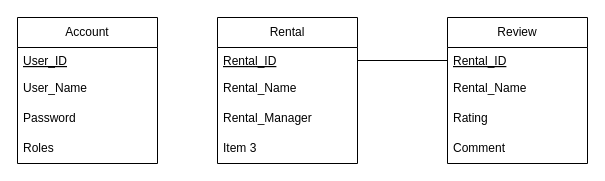
The draw.io diagram Database/Database_Diagram.drawio in Demon720AA/PROJECT_Web_Pro, before the edit. Source tidied: cells renumbered, new cells numbered last; positions are measured from the earlier drawing's top-left corner, leaving out a move shared by most shapes. Both pictures are drawn from the tidied source at 100%, with x=0, y=0 at pixel (17, 17).
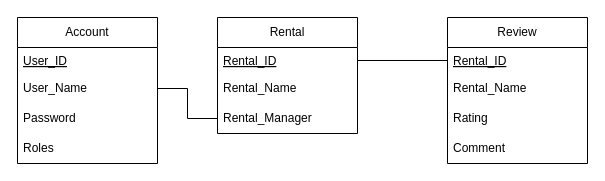
The same diagram, later.

What changed in the source:
```diff
@@
 <mxGraphModel>
   <root>
     <mxCell id="0" />
     <mxCell id="1" parent="0" />
     <mxCell id="2" value="Account" style="swimlane;fontStyle=0;horizontal=1;startSize=30;whiteSpace=wrap;html=1;" parent="1" vertex="1">
       <mxGeometry width="140" height="146" as="geometry" />
     </mxCell>
     <mxCell id="3" value="User_ID" style="text;align=left;verticalAlign=top;spacingLeft=4;spacingRight=4;overflow=hidden;rounded=0;shadow=0;html=0;fontStyle=4;" parent="2" vertex="1">
       <mxGeometry y="30" width="140" height="26" as="geometry" />
     </mxCell>
     <mxCell id="4" value="User_Name" style="text;strokeColor=none;fillColor=none;align=left;verticalAlign=middle;spacingLeft=4;spacingRight=4;overflow=hidden;points=[[0,0.5],[1,0.5]];portConstraint=eastwest;whiteSpace=wrap;html=1;" parent="2" vertex="1">
       <mxGeometry y="56" width="140" height="30" as="geometry" />
     </mxCell>
     <mxCell id="5" value="Password" style="text;strokeColor=none;fillColor=none;align=left;verticalAlign=middle;spacingLeft=4;spacingRight=4;overflow=hidden;whiteSpace=wrap;html=1;" parent="2" vertex="1">
       <mxGeometry y="86" width="140" height="30" as="geometry" />
     </mxCell>
     <mxCell id="6" value="Roles" style="text;strokeColor=none;fillColor=none;align=left;verticalAlign=middle;spacingLeft=4;spacingRight=4;overflow=hidden;whiteSpace=wrap;html=1;" parent="2" vertex="1">
       <mxGeometry y="116" width="140" height="30" as="geometry" />
     </mxCell>
     <mxCell id="7" value="Rental" style="swimlane;fontStyle=0;horizontal=1;startSize=30;whiteSpace=wrap;html=1;" parent="1" vertex="1">
-      <mxGeometry x="200" width="140" height="146" as="geometry" />
+      <mxGeometry x="200" width="140" height="116" as="geometry" />
     </mxCell>
     <mxCell id="8" value="Rental_ID" style="text;align=left;verticalAlign=top;spacingLeft=4;spacingRight=4;overflow=hidden;points=[[0,0.5],[1,0.5]];portConstraint=eastwest;rounded=0;shadow=0;html=0;fontStyle=4;" parent="7" vertex="1">
       <mxGeometry y="30" width="140" height="26" as="geometry" />
     </mxCell>
     <mxCell id="9" value="Rental_Name" style="text;strokeColor=none;fillColor=none;align=left;verticalAlign=middle;spacingLeft=4;spacingRight=4;overflow=hidden;whiteSpace=wrap;html=1;" parent="7" vertex="1">
       <mxGeometry y="56" width="140" height="30" as="geometry" />
     </mxCell>
     <mxCell id="10" value="Rental_Manager" style="text;strokeColor=none;fillColor=none;align=left;verticalAlign=middle;spacingLeft=4;spacingRight=4;overflow=hidden;points=[[0,0.5],[1,0.5]];portConstraint=eastwest;whiteSpace=wrap;html=1;" parent="7" vertex="1">
       <mxGeometry y="86" width="140" height="30" as="geometry" />
     </mxCell>
-    <mxCell id="11" value="Item 3" style="text;strokeColor=none;fillColor=none;align=left;verticalAlign=middle;spacingLeft=4;spacingRight=4;overflow=hidden;whiteSpace=wrap;html=1;" parent="7" vertex="1">
-      <mxGeometry y="116" width="140" height="30" as="geometry" />
-    </mxCell>
     <mxCell id="12" value="Review" style="swimlane;fontStyle=0;horizontal=1;startSize=30;whiteSpace=wrap;html=1;" parent="1" vertex="1">
       <mxGeometry x="430" width="140" height="146" as="geometry" />
     </mxCell>
     <mxCell id="13" value="Rental_ID" style="text;align=left;verticalAlign=top;spacingLeft=4;spacingRight=4;overflow=hidden;points=[[0,0.5],[1,0.5]];portConstraint=eastwest;rounded=0;shadow=0;html=0;fontStyle=4;" parent="12" vertex="1">
       <mxGeometry y="30" width="140" height="26" as="geometry" />
     </mxCell>
     <mxCell id="14" value="Rental_Name" style="text;strokeColor=none;fillColor=none;align=left;verticalAlign=middle;spacingLeft=4;spacingRight=4;overflow=hidden;whiteSpace=wrap;html=1;" parent="12" vertex="1">
       <mxGeometry y="56" width="140" height="30" as="geometry" />
     </mxCell>
     <mxCell id="15" value="Rating" style="text;strokeColor=none;fillColor=none;align=left;verticalAlign=middle;spacingLeft=4;spacingRight=4;overflow=hidden;whiteSpace=wrap;html=1;" parent="12" vertex="1">
       <mxGeometry y="86" width="140" height="30" as="geometry" />
     </mxCell>
     <mxCell id="16" value="Comment" style="text;strokeColor=none;fillColor=none;align=left;verticalAlign=middle;spacingLeft=4;spacingRight=4;overflow=hidden;whiteSpace=wrap;html=1;" parent="12" vertex="1">
       <mxGeometry y="116" width="140" height="30" as="geometry" />
     </mxCell>
     <mxCell id="17" style="rounded=0;jettySize=auto;html=1;startArrow=none;startFill=0;endArrow=none;endFill=0;" parent="1" edge="1" source="8" target="13">
       <mxGeometry relative="1" as="geometry" />
     </mxCell>
+    <mxCell id="18" style="edgeStyle=orthogonalEdgeStyle;rounded=0;jettySize=auto;html=1;exitX=1;exitY=0.5;exitDx=0;exitDy=0;endArrow=none;startFill=0;" parent="1" edge="1" source="4" target="10">
+      <mxGeometry relative="1" as="geometry" />
+    </mxCell>
   </root>
 </mxGraphModel>
```
